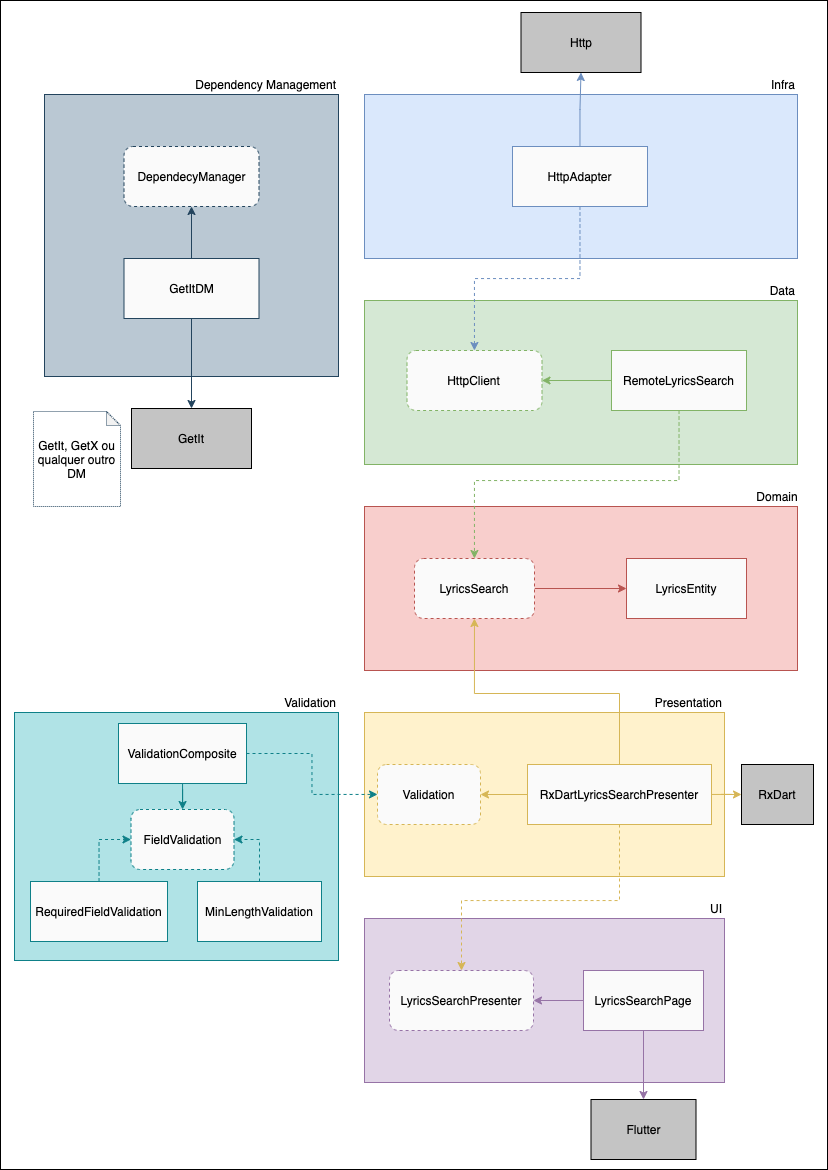
emersonsiega/clean_architecture_proposal keeps this draw.io diagram as Architecture_Proposal.png. Above is the earlier version. Source tidied: cells renumbered, new cells last; positions are measured from the earlier drawing's top-left corner, leaving out a move shared by most shapes. Its diagram source:
```xml
<mxGraphModel background="#ffffff">
  <root>
    <mxCell id="0" />
    <mxCell id="1" parent="0" />
    <mxCell id="2" style="rounded=0;whiteSpace=wrap;html=1;shadow=0;fillColor=none;align=right;" parent="1" vertex="1">
      <mxGeometry width="827" height="1169" as="geometry" />
    </mxCell>
    <mxCell id="3" value="Flutter" style="rounded=0;whiteSpace=wrap;html=1;align=center;fillColor=#C4C4C4;" parent="1" vertex="1">
      <mxGeometry x="590.5" y="1099" width="105" height="60" as="geometry" />
    </mxCell>
    <mxCell id="4" value="Http" style="rounded=0;whiteSpace=wrap;html=1;align=center;fillColor=#C4C4C4;" parent="1" vertex="1">
      <mxGeometry x="520.5" y="12" width="120" height="60" as="geometry" />
    </mxCell>
    <mxCell id="5" style="rounded=0;whiteSpace=wrap;html=1;fillColor=#d5e8d4;strokeColor=#82b366;" parent="1" vertex="1">
      <mxGeometry x="364" y="300" width="433" height="164" as="geometry" />
    </mxCell>
    <mxCell id="6" value="Data" style="text;html=1;strokeColor=none;fillColor=none;align=right;verticalAlign=middle;whiteSpace=wrap;rounded=0;" parent="1" vertex="1">
      <mxGeometry x="757" y="280" width="40" height="20" as="geometry" />
    </mxCell>
    <mxCell id="7" style="edgeStyle=orthogonalEdgeStyle;rounded=0;jettySize=auto;html=1;strokeColor=#82B366;" parent="1" edge="1" source="8" target="23">
      <mxGeometry relative="1" as="geometry" />
    </mxCell>
    <mxCell id="8" value="RemoteLyricsSearch" style="rounded=0;whiteSpace=wrap;html=1;align=center;fillColor=#FAFAFA;strokeColor=#82B366;" parent="1" vertex="1">
      <mxGeometry x="611" y="350" width="135" height="60" as="geometry" />
    </mxCell>
    <mxCell id="9" style="rounded=0;whiteSpace=wrap;html=1;fillColor=#f8cecc;strokeColor=#b85450;" parent="1" vertex="1">
      <mxGeometry x="364" y="506" width="433" height="164" as="geometry" />
    </mxCell>
    <mxCell id="10" value="Domain" style="text;html=1;strokeColor=none;fillColor=none;align=center;verticalAlign=middle;whiteSpace=wrap;rounded=0;" parent="1" vertex="1">
      <mxGeometry x="757" y="486" width="40" height="20" as="geometry" />
    </mxCell>
    <mxCell id="11" style="edgeStyle=orthogonalEdgeStyle;rounded=0;jettySize=auto;html=1;strokeColor=#B85450;" parent="1" edge="1" source="12" target="13">
      <mxGeometry x="-463" y="1655" as="geometry" />
    </mxCell>
    <mxCell id="12" value="LyricsSearch" style="rounded=1;whiteSpace=wrap;html=1;align=center;fillColor=#FAFAFA;strokeColor=#B85450;dashed=1;" parent="1" vertex="1">
      <mxGeometry x="414" y="558" width="120" height="60" as="geometry" />
    </mxCell>
    <mxCell id="13" value="LyricsEntity" style="rounded=0;whiteSpace=wrap;html=1;align=center;fillColor=#FAFAFA;strokeColor=#B85450;" parent="1" vertex="1">
      <mxGeometry x="626" y="558" width="120" height="60" as="geometry" />
    </mxCell>
    <mxCell id="14" style="rounded=0;whiteSpace=wrap;html=1;fillColor=#dae8fc;strokeColor=#6c8ebf;" parent="1" vertex="1">
      <mxGeometry x="364" y="94" width="433" height="164" as="geometry" />
    </mxCell>
    <mxCell id="15" value="Infra" style="text;html=1;strokeColor=none;fillColor=none;align=right;verticalAlign=middle;whiteSpace=wrap;rounded=0;" parent="1" vertex="1">
      <mxGeometry x="757" y="74" width="40" height="20" as="geometry" />
    </mxCell>
    <mxCell id="16" style="rounded=0;whiteSpace=wrap;html=1;fillColor=#b0e3e6;strokeColor=#0e8088;" parent="1" vertex="1">
      <mxGeometry x="14" y="712" width="324" height="248" as="geometry" />
    </mxCell>
    <mxCell id="17" value="Validation" style="text;html=1;strokeColor=none;fillColor=none;align=right;verticalAlign=middle;whiteSpace=wrap;rounded=0;" parent="1" vertex="1">
      <mxGeometry x="267" y="692" width="71" height="20" as="geometry" />
    </mxCell>
    <mxCell id="18" style="rounded=0;whiteSpace=wrap;html=1;fillColor=#fff2cc;strokeColor=#d6b656;" parent="1" vertex="1">
      <mxGeometry x="364" y="712" width="360" height="164" as="geometry" />
    </mxCell>
    <mxCell id="19" value="Presentation" style="text;html=1;strokeColor=none;fillColor=none;align=right;verticalAlign=middle;whiteSpace=wrap;rounded=0;" parent="1" vertex="1">
      <mxGeometry x="653" y="692" width="71" height="20" as="geometry" />
    </mxCell>
    <mxCell id="20" style="rounded=0;whiteSpace=wrap;html=1;fillColor=#e1d5e7;align=right;strokeColor=#9673A6;" parent="1" vertex="1">
      <mxGeometry x="364" y="918" width="360" height="164" as="geometry" />
    </mxCell>
    <mxCell id="21" value="UI" style="text;html=1;strokeColor=none;fillColor=none;align=right;verticalAlign=middle;whiteSpace=wrap;rounded=0;" parent="1" vertex="1">
      <mxGeometry x="684" y="898" width="40" height="20" as="geometry" />
    </mxCell>
    <mxCell id="22" style="edgeStyle=orthogonalEdgeStyle;rounded=0;jettySize=auto;html=1;strokeColor=#82B366;dashed=1;" parent="1" edge="1" source="8" target="12">
      <mxGeometry relative="1" as="geometry">
        <Array as="points">
          <mxPoint x="679" y="480" />
          <mxPoint x="474" y="480" />
        </Array>
      </mxGeometry>
    </mxCell>
    <mxCell id="23" value="HttpClient" style="rounded=1;whiteSpace=wrap;html=1;align=center;fillColor=#FAFAFA;strokeColor=#82B366;dashed=1;" parent="1" vertex="1">
      <mxGeometry x="406.5" y="350" width="135" height="60" as="geometry" />
    </mxCell>
    <mxCell id="24" style="edgeStyle=orthogonalEdgeStyle;rounded=0;jettySize=auto;html=1;strokeColor=#6C8EBF;dashed=1;" parent="1" edge="1" source="26" target="23">
      <mxGeometry relative="1" as="geometry" />
    </mxCell>
    <mxCell id="25" style="edgeStyle=orthogonalEdgeStyle;rounded=0;jettySize=auto;html=1;entryX=0.5;entryY=1;entryDx=0;entryDy=0;strokeColor=#6C8EBF;" parent="1" edge="1" source="26" target="4">
      <mxGeometry relative="1" as="geometry" />
    </mxCell>
    <mxCell id="26" value="HttpAdapter" style="rounded=0;whiteSpace=wrap;html=1;align=center;fillColor=#FAFAFA;strokeColor=#6C8EBF;" parent="1" vertex="1">
      <mxGeometry x="512" y="146" width="135" height="60" as="geometry" />
    </mxCell>
    <mxCell id="27" style="edgeStyle=orthogonalEdgeStyle;rounded=0;jettySize=auto;html=1;entryX=1;entryY=0.5;entryDx=0;entryDy=0;strokeColor=#9673A6;" parent="1" edge="1" source="29" target="30">
      <mxGeometry relative="1" as="geometry" />
    </mxCell>
    <mxCell id="28" style="edgeStyle=orthogonalEdgeStyle;rounded=0;jettySize=auto;html=1;strokeColor=#9673A6;" parent="1" edge="1" source="29" target="3">
      <mxGeometry relative="1" as="geometry" />
    </mxCell>
    <mxCell id="29" value="LyricsSearchPage" style="rounded=0;whiteSpace=wrap;html=1;align=center;fillColor=#FAFAFA;strokeColor=#9673A6;" parent="1" vertex="1">
      <mxGeometry x="583" y="970" width="120" height="60" as="geometry" />
    </mxCell>
    <mxCell id="30" value="LyricsSearchPresenter" style="rounded=1;whiteSpace=wrap;html=1;align=center;fillColor=#FAFAFA;strokeColor=#9673A6;dashed=1;" parent="1" vertex="1">
      <mxGeometry x="389" y="970" width="144" height="60" as="geometry" />
    </mxCell>
    <mxCell id="31" style="edgeStyle=orthogonalEdgeStyle;rounded=0;jettySize=auto;html=1;strokeColor=#D6B656;dashed=1;entryX=0.5;entryY=0;entryDx=0;entryDy=0;exitX=0.5;exitY=1;exitDx=0;exitDy=0;" parent="1" edge="1" source="35" target="30">
      <mxGeometry relative="1" as="geometry">
        <Array as="points">
          <mxPoint x="619" y="900" />
          <mxPoint x="461" y="900" />
        </Array>
      </mxGeometry>
    </mxCell>
    <mxCell id="32" style="edgeStyle=orthogonalEdgeStyle;rounded=0;jettySize=auto;html=1;strokeColor=#D6B656;" parent="1" edge="1" source="35" target="36">
      <mxGeometry relative="1" as="geometry" />
    </mxCell>
    <mxCell id="33" style="edgeStyle=orthogonalEdgeStyle;rounded=0;jettySize=auto;html=1;strokeColor=#D6B656;exitX=0.5;exitY=0;exitDx=0;exitDy=0;" parent="1" edge="1" source="35" target="12">
      <mxGeometry relative="1" as="geometry">
        <Array as="points">
          <mxPoint x="619" y="693" />
          <mxPoint x="474" y="693" />
        </Array>
      </mxGeometry>
    </mxCell>
    <mxCell id="34" style="edgeStyle=orthogonalEdgeStyle;rounded=0;jettySize=auto;html=1;entryX=0;entryY=0.5;entryDx=0;entryDy=0;strokeColor=#D6B656;" parent="1" edge="1" source="35" target="53">
      <mxGeometry relative="1" as="geometry" />
    </mxCell>
    <mxCell id="35" value="RxDartLyricsSearchPresenter" style="rounded=0;whiteSpace=wrap;html=1;align=center;fillColor=#FAFAFA;strokeColor=#D6B656;" parent="1" vertex="1">
      <mxGeometry x="527" y="764" width="184" height="60" as="geometry" />
    </mxCell>
    <mxCell id="36" value="Validation" style="rounded=1;whiteSpace=wrap;html=1;align=center;fillColor=#FAFAFA;strokeColor=#D6B656;dashed=1;" parent="1" vertex="1">
      <mxGeometry x="377" y="764" width="103" height="60" as="geometry" />
    </mxCell>
    <mxCell id="37" value="FieldValidation" style="rounded=1;whiteSpace=wrap;html=1;align=center;fillColor=#FAFAFA;dashed=1;strokeColor=#0E8088;" parent="1" vertex="1">
      <mxGeometry x="130.5" y="809" width="103" height="60" as="geometry" />
    </mxCell>
    <mxCell id="38" style="edgeStyle=orthogonalEdgeStyle;rounded=0;jettySize=auto;html=1;entryX=0;entryY=0.5;entryDx=0;entryDy=0;dashed=1;strokeColor=#0E8088;" parent="1" edge="1" source="39" target="37">
      <mxGeometry relative="1" as="geometry" />
    </mxCell>
    <mxCell id="39" value="RequiredFieldValidation" style="rounded=0;whiteSpace=wrap;html=1;align=center;fillColor=#FAFAFA;strokeColor=#0E8088;" parent="1" vertex="1">
      <mxGeometry x="30" y="881" width="137" height="60" as="geometry" />
    </mxCell>
    <mxCell id="40" style="edgeStyle=orthogonalEdgeStyle;rounded=0;jettySize=auto;html=1;entryX=1;entryY=0.5;entryDx=0;entryDy=0;dashed=1;strokeColor=#0E8088;" parent="1" edge="1" source="41" target="37">
      <mxGeometry relative="1" as="geometry" />
    </mxCell>
    <mxCell id="41" value="MinLengthValidation" style="rounded=0;whiteSpace=wrap;html=1;align=center;fillColor=#FAFAFA;strokeColor=#0E8088;" parent="1" vertex="1">
      <mxGeometry x="197" y="881" width="124" height="60" as="geometry" />
    </mxCell>
    <mxCell id="42" style="rounded=0;whiteSpace=wrap;html=1;fillColor=#bac8d3;strokeColor=#23445d;" parent="1" vertex="1">
      <mxGeometry x="44" y="94" width="294" height="282" as="geometry" />
    </mxCell>
    <mxCell id="43" value="Dependency Management" style="text;html=1;strokeColor=none;fillColor=none;align=right;verticalAlign=middle;whiteSpace=wrap;rounded=0;" parent="1" vertex="1">
      <mxGeometry x="140" y="74" width="198" height="20" as="geometry" />
    </mxCell>
    <mxCell id="44" value="DependecyManager" style="rounded=1;whiteSpace=wrap;html=1;align=center;fillColor=#FAFAFA;dashed=1;strokeColor=#23445D;" parent="1" vertex="1">
      <mxGeometry x="123.5" y="146" width="135" height="60" as="geometry" />
    </mxCell>
    <mxCell id="45" style="edgeStyle=orthogonalEdgeStyle;rounded=0;jettySize=auto;html=1;entryX=0.5;entryY=1;entryDx=0;entryDy=0;strokeColor=#23445D;" parent="1" edge="1" source="47" target="44">
      <mxGeometry relative="1" as="geometry" />
    </mxCell>
    <mxCell id="46" style="edgeStyle=orthogonalEdgeStyle;rounded=0;jettySize=auto;html=1;strokeColor=#23445D;" parent="1" edge="1" source="47" target="49">
      <mxGeometry relative="1" as="geometry" />
    </mxCell>
    <mxCell id="47" value="GetItDM" style="rounded=0;whiteSpace=wrap;html=1;align=center;fillColor=#FAFAFA;strokeColor=#23445D;" parent="1" vertex="1">
      <mxGeometry x="123.5" y="258" width="135" height="60" as="geometry" />
    </mxCell>
    <mxCell id="48" value="GetIt, GetX ou qualquer outro DM" style="shape=note;whiteSpace=wrap;html=1;backgroundOutline=1;darkOpacity=0.05;rounded=0;strokeColor=#23445D;align=center;size=14;shadow=0;fillColor=none;dashed=1;dashPattern=1 1;" parent="1" vertex="1">
      <mxGeometry x="33" y="411" width="87" height="95" as="geometry" />
    </mxCell>
    <mxCell id="49" value="GetIt" style="rounded=0;whiteSpace=wrap;html=1;align=center;fillColor=#C4C4C4;" parent="1" vertex="1">
      <mxGeometry x="131" y="408" width="120" height="60" as="geometry" />
    </mxCell>
    <mxCell id="50" style="edgeStyle=orthogonalEdgeStyle;rounded=0;jettySize=auto;html=1;strokeColor=#0E8088;" parent="1" edge="1" source="52" target="37">
      <mxGeometry relative="1" as="geometry" />
    </mxCell>
    <mxCell id="51" style="edgeStyle=orthogonalEdgeStyle;rounded=0;jettySize=auto;html=1;strokeColor=#0E8088;dashed=1;" parent="1" edge="1" source="52" target="36">
      <mxGeometry relative="1" as="geometry" />
    </mxCell>
    <mxCell id="52" value="ValidationComposite" style="rounded=0;whiteSpace=wrap;html=1;align=center;fillColor=#FAFAFA;strokeColor=#0E8088;" parent="1" vertex="1">
      <mxGeometry x="118" y="723" width="128" height="60" as="geometry" />
    </mxCell>
    <mxCell id="53" value="RxDart" style="rounded=0;whiteSpace=wrap;html=1;align=center;fillColor=#C4C4C4;" parent="1" vertex="1">
      <mxGeometry x="741" y="764" width="72" height="60" as="geometry" />
    </mxCell>
  </root>
</mxGraphModel>
```
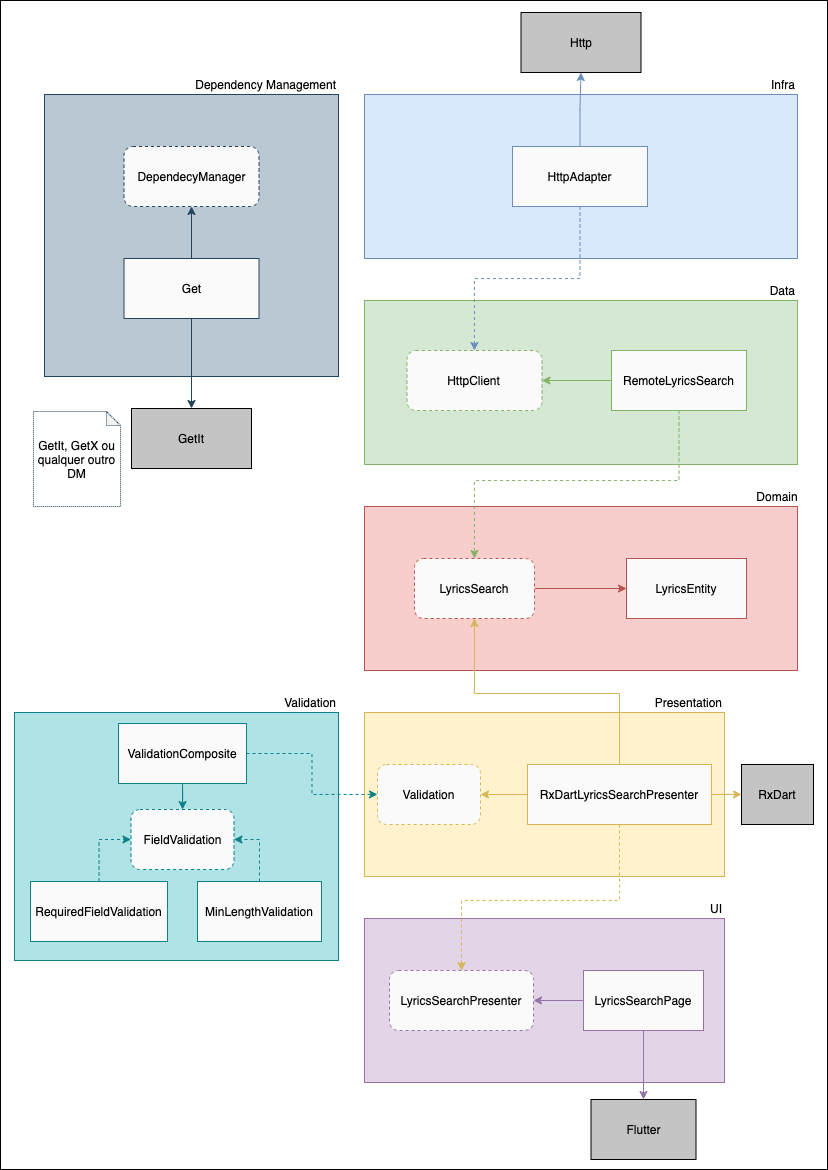
After the commit.

What changed in the source:
```diff
@@ -152,7 +152,7 @@
     <mxCell id="46" style="edgeStyle=orthogonalEdgeStyle;rounded=0;jettySize=auto;html=1;strokeColor=#23445D;" parent="1" edge="1" source="47" target="49">
       <mxGeometry relative="1" as="geometry" />
     </mxCell>
-    <mxCell id="47" value="GetItDM" style="rounded=0;whiteSpace=wrap;html=1;align=center;fillColor=#FAFAFA;strokeColor=#23445D;" parent="1" vertex="1">
+    <mxCell id="47" value="Get" style="rounded=0;whiteSpace=wrap;html=1;align=center;fillColor=#FAFAFA;strokeColor=#23445D;" parent="1" vertex="1">
       <mxGeometry x="123.5" y="258" width="135" height="60" as="geometry" />
     </mxCell>
     <mxCell id="48" value="GetIt, GetX ou qualquer outro DM" style="shape=note;whiteSpace=wrap;html=1;backgroundOutline=1;darkOpacity=0.05;rounded=0;strokeColor=#23445D;align=center;size=14;shadow=0;fillColor=none;dashed=1;dashPattern=1 1;" parent="1" vertex="1">
```
